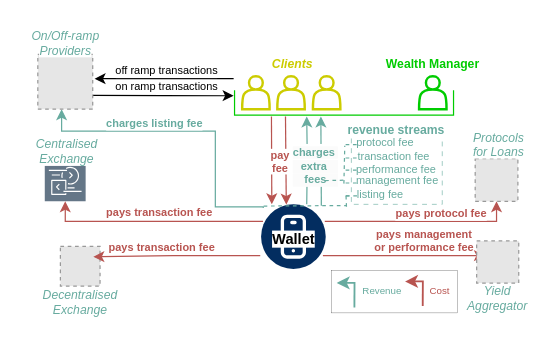
Above: page "revenue" (1 of 13) of drawio-diagrams/wallet_architecture.drawio in dlt-science/crypto-mpc-wallet-bloom (draw.io), before the change. Source tidied: cells renumbered, new cells numbered last; positions are measured from the earlier drawing's top-left corner, leaving out a move shared by most shapes. Both pictures are drawn from the tidied source at 122%, with x=0, y=0 at pixel (21, -7). Pictures stored in the file or linked from it are replaced by grey dashed boxes.
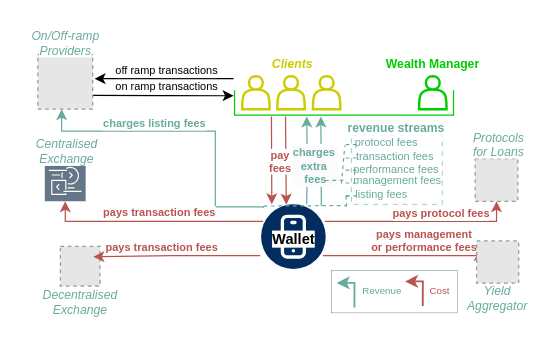
Above is the later version.

Unchanged cells that the change refers to:
```xml
<mxCell id="5" style="edgeStyle=orthogonalEdgeStyle;rounded=0;jettySize=auto;html=1;strokeColor=#67AB9F;startArrow=classic;startFill=1;endArrow=none;endFill=0;entryX=0.034;entryY=0.058;entryDx=0;entryDy=0;entryPerimeter=0;" parent="1" edge="1" source="7" target="28">
  <mxGeometry relative="1" as="geometry">
    <Array as="points">
      <mxPoint x="33" y="113" />
      <mxPoint x="159" y="113" />
      <mxPoint x="159" y="175" />
      <mxPoint x="198" y="175" />
    </Array>
  </mxGeometry>
</mxCell>
<mxCell id="9" style="edgeStyle=orthogonalEdgeStyle;rounded=0;orthogonalLoop=1;jettySize=auto;html=1;startArrow=none;startFill=0;endArrow=classic;endFill=1;strokeColor=#B85450;entryX=0.109;entryY=0;entryDx=0;entryDy=0;entryPerimeter=0;" parent="1" edge="1">
  <mxGeometry relative="1" as="geometry">
    <mxPoint x="205" y="101" as="sourcePoint" />
    <mxPoint x="205.3" y="173" as="targetPoint" />
    <Array as="points">
      <mxPoint x="205" y="101" />
    </Array>
  </mxGeometry>
</mxCell>
<mxCell id="11" style="edgeStyle=orthogonalEdgeStyle;rounded=0;jettySize=auto;html=1;startArrow=classic;startFill=1;endArrow=none;endFill=0;strokeColor=#B85450;entryX=0.956;entryY=1.022;entryDx=0;entryDy=0;entryPerimeter=0;" parent="1" edge="1" target="34">
  <mxGeometry relative="1" as="geometry">
    <mxPoint x="380" y="215" as="sourcePoint" />
    <Array as="points">
      <mxPoint x="380" y="215" />
    </Array>
  </mxGeometry>
</mxCell>
<mxCell id="19" style="edgeStyle=orthogonalEdgeStyle;rounded=0;jettySize=auto;html=1;fillColor=#f8cecc;strokeColor=#b85450;exitX=-0.013;exitY=0.794;exitDx=0;exitDy=0;exitPerimeter=0;" parent="1" edge="1" source="28">
  <mxGeometry relative="1" as="geometry">
    <mxPoint x="59" y="216" as="targetPoint" />
    <Array as="points">
      <mxPoint x="124" y="216" />
      <mxPoint x="124" y="216" />
    </Array>
  </mxGeometry>
</mxCell>
<mxCell id="21" style="edgeStyle=orthogonalEdgeStyle;rounded=0;jettySize=auto;html=1;startArrow=classic;startFill=1;endArrow=none;endFill=0;strokeColor=#B85450;entryX=0.03;entryY=0.262;entryDx=0;entryDy=0;entryPerimeter=0;" parent="1" edge="1" source="8" target="28">
  <mxGeometry relative="1" as="geometry">
    <Array as="points">
      <mxPoint x="35" y="187" />
      <mxPoint x="198" y="187" />
    </Array>
  </mxGeometry>
</mxCell>
```

Change to the diagram source:
```diff
@@
-    <mxCell id="6" value="&lt;font color=&quot;#67ab9f&quot;&gt;&lt;font style=&quot;font-size: 9px;&quot;&gt;&lt;b style=&quot;font-size: 9px;&quot;&gt;charges&amp;nbsp;&lt;/b&gt;&lt;/font&gt;&lt;b style=&quot;&quot;&gt;listing fee&lt;/b&gt;&lt;/font&gt;" style="edgeLabel;html=1;align=center;verticalAlign=middle;fontSize=9;" parent="5" vertex="1">
+    <mxCell id="6" value="&lt;font color=&quot;#67ab9f&quot;&gt;&lt;font style=&quot;font-size: 9px;&quot;&gt;&lt;b style=&quot;font-size: 9px;&quot;&gt;charges&amp;nbsp;&lt;/b&gt;&lt;/font&gt;&lt;b style=&quot;&quot;&gt;listing fees&lt;/b&gt;&lt;/font&gt;" style="edgeLabel;html=1;align=center;verticalAlign=middle;fontSize=9;" parent="5" vertex="1">
       <mxGeometry x="0.15" y="1" relative="1" as="geometry">
         <mxPoint x="-49" y="-6" as="offset" />
       </mxGeometry>
     </mxCell>
@@
-    <mxCell id="10" value="&lt;div style=&quot;font-size: 9px;&quot;&gt;&lt;font color=&quot;#b85450&quot;&gt;&lt;b&gt;pay&lt;/b&gt;&lt;/font&gt;&lt;div&gt;&lt;b style=&quot;color: rgb(184, 84, 80);&quot;&gt;fee&lt;/b&gt;&lt;/div&gt;&lt;/div&gt;" style="edgeLabel;html=1;align=center;verticalAlign=middle;" parent="9" vertex="1">
+    <mxCell id="10" value="&lt;div style=&quot;font-size: 9px;&quot;&gt;&lt;font color=&quot;#b85450&quot;&gt;&lt;b&gt;pay&lt;/b&gt;&lt;/font&gt;&lt;div&gt;&lt;b style=&quot;color: rgb(184, 84, 80);&quot;&gt;fees&lt;/b&gt;&lt;/div&gt;&lt;/div&gt;" style="edgeLabel;html=1;align=center;verticalAlign=middle;" parent="9" vertex="1">
       <mxGeometry y="-1" relative="1" as="geometry">
         <mxPoint x="7" as="offset" />
       </mxGeometry>
     </mxCell>
@@
-    <mxCell id="12" value="&lt;font color=&quot;#b85450&quot; style=&quot;font-size: 9px;&quot;&gt;&lt;b style=&quot;font-size: 9px;&quot;&gt;pays&lt;/b&gt;&lt;/font&gt;&lt;b style=&quot;color: rgb(184, 84, 80); font-size: 9px;&quot;&gt;&amp;nbsp;&lt;/b&gt;&lt;b style=&quot;color: rgb(184, 84, 80);&quot;&gt;management&lt;/b&gt;&lt;div&gt;&lt;b style=&quot;color: rgb(184, 84, 80);&quot;&gt;or performance&lt;/b&gt;&lt;b style=&quot;color: rgb(184, 84, 80);&quot;&gt;&amp;nbsp;fee&lt;/b&gt;&lt;/div&gt;" style="edgeLabel;html=1;align=center;verticalAlign=middle;fontSize=9;" parent="11" vertex="1">
+    <mxCell id="12" value="&lt;font color=&quot;#b85450&quot; style=&quot;font-size: 9px;&quot;&gt;&lt;b style=&quot;font-size: 9px;&quot;&gt;pays&lt;/b&gt;&lt;/font&gt;&lt;b style=&quot;color: rgb(184, 84, 80); font-size: 9px;&quot;&gt;&amp;nbsp;&lt;/b&gt;&lt;b style=&quot;color: rgb(184, 84, 80);&quot;&gt;management&lt;/b&gt;&lt;div&gt;&lt;b style=&quot;color: rgb(184, 84, 80);&quot;&gt;or performance&lt;/b&gt;&lt;b style=&quot;color: rgb(184, 84, 80);&quot;&gt;&amp;nbsp;fees&lt;/b&gt;&lt;/div&gt;" style="edgeLabel;html=1;align=center;verticalAlign=middle;fontSize=9;" parent="11" vertex="1">
       <mxGeometry x="0.25" y="1" relative="1" as="geometry">
         <mxPoint x="32" y="-14" as="offset" />
       </mxGeometry>
     </mxCell>
@@
-    <mxCell id="20" value="&lt;font color=&quot;#b85450&quot; style=&quot;font-size: 9px;&quot;&gt;&lt;b style=&quot;font-size: 9px;&quot;&gt;pays&amp;nbsp;&lt;/b&gt;&lt;/font&gt;&lt;b style=&quot;color: rgb(184, 84, 80);&quot;&gt;transaction fee&lt;/b&gt;" style="edgeLabel;html=1;align=center;verticalAlign=middle;fontSize=9;" parent="19" vertex="1">
+    <mxCell id="20" value="&lt;font color=&quot;#b85450&quot; style=&quot;font-size: 9px;&quot;&gt;&lt;b style=&quot;font-size: 9px;&quot;&gt;pays&amp;nbsp;&lt;/b&gt;&lt;/font&gt;&lt;b style=&quot;color: rgb(184, 84, 80);&quot;&gt;transaction fees&lt;/b&gt;" style="edgeLabel;html=1;align=center;verticalAlign=middle;fontSize=9;" parent="19" vertex="1">
       <mxGeometry x="-0.31" relative="1" as="geometry">
         <mxPoint x="-34" y="-7" as="offset" />
       </mxGeometry>
     </mxCell>
@@
-    <mxCell id="22" value="&lt;font color=&quot;#b85450&quot;&gt;&lt;b&gt;pays&amp;nbsp;&lt;/b&gt;&lt;/font&gt;&lt;b style=&quot;color: rgb(184, 84, 80);&quot;&gt;transaction fee&lt;/b&gt;" style="edgeLabel;html=1;align=center;verticalAlign=middle;fontSize=9;" parent="21" vertex="1">
+    <mxCell id="22" value="&lt;font color=&quot;#b85450&quot;&gt;&lt;b&gt;pays&amp;nbsp;&lt;/b&gt;&lt;/font&gt;&lt;b style=&quot;color: rgb(184, 84, 80);&quot;&gt;transaction fees&lt;/b&gt;" style="edgeLabel;html=1;align=center;verticalAlign=middle;fontSize=9;" parent="21" vertex="1">
       <mxGeometry x="0.29" y="1" relative="1" as="geometry">
         <mxPoint x="-22" y="-6" as="offset" />
       </mxGeometry>
     </mxCell>
@@
-    <mxCell id="26" value="&lt;font color=&quot;#b85450&quot; style=&quot;font-size: 9px;&quot;&gt;&lt;b style=&quot;font-size: 9px;&quot;&gt;pays&amp;nbsp;&lt;/b&gt;&lt;/font&gt;&lt;b style=&quot;color: rgb(184, 84, 80);&quot;&gt;protocol&amp;nbsp;&lt;/b&gt;&lt;b style=&quot;color: rgb(184, 84, 80);&quot;&gt;fee&lt;/b&gt;" style="edgeLabel;html=1;align=center;verticalAlign=middle;fontSize=9;" parent="1" vertex="1">
+    <mxCell id="26" value="&lt;font color=&quot;#b85450&quot; style=&quot;font-size: 9px;&quot;&gt;&lt;b style=&quot;font-size: 9px;&quot;&gt;pays&amp;nbsp;&lt;/b&gt;&lt;/font&gt;&lt;b style=&quot;color: rgb(184, 84, 80);&quot;&gt;protocol&amp;nbsp;&lt;/b&gt;&lt;b style=&quot;color: rgb(184, 84, 80);&quot;&gt;fees&lt;/b&gt;" style="edgeLabel;html=1;align=center;verticalAlign=middle;fontSize=9;" parent="1" vertex="1">
       <mxGeometry x="343.1" y="180" as="geometry" />
     </mxCell>
@@
-    <mxCell id="43" value="&lt;font color=&quot;#67ab9f&quot;&gt;&lt;span style=&quot;font-size: 9px;&quot;&gt;protocol fee&lt;/span&gt;&lt;/font&gt;" style="text;html=1;align=center;verticalAlign=middle;strokeColor=none;fillColor=none;" parent="1" vertex="1">
-      <mxGeometry x="265.8" y="109" width="65" height="26" as="geometry" />
+    <mxCell id="43" value="&lt;font color=&quot;#67ab9f&quot;&gt;&lt;span style=&quot;font-size: 9px;&quot;&gt;protocol fees&lt;/span&gt;&lt;/font&gt;" style="text;html=1;align=center;verticalAlign=middle;strokeColor=none;fillColor=none;" parent="1" vertex="1">
+      <mxGeometry x="263.8" y="109" width="70" height="26" as="geometry" />
     </mxCell>
-    <mxCell id="44" value="&lt;font color=&quot;#67ab9f&quot;&gt;&lt;span style=&quot;font-size: 9px;&quot;&gt;transaction fee&lt;/span&gt;&lt;/font&gt;" style="text;html=1;align=center;verticalAlign=middle;strokeColor=none;fillColor=none;" parent="1" vertex="1">
-      <mxGeometry x="266.8" y="120" width="77" height="26" as="geometry" />
+    <mxCell id="44" value="&lt;font color=&quot;#67ab9f&quot;&gt;&lt;span style=&quot;font-size: 9px;&quot;&gt;transaction fees&lt;/span&gt;&lt;/font&gt;" style="text;html=1;align=center;verticalAlign=middle;strokeColor=none;fillColor=none;" parent="1" vertex="1">
+      <mxGeometry x="264.8" y="120" width="82" height="26" as="geometry" />
     </mxCell>
-    <mxCell id="45" value="&lt;font color=&quot;#67ab9f&quot;&gt;&lt;span style=&quot;font-size: 9px;&quot;&gt;performance fee&lt;/span&gt;&lt;/font&gt;" style="text;html=1;align=center;verticalAlign=middle;strokeColor=none;fillColor=none;" parent="1" vertex="1">
-      <mxGeometry x="264.8" y="130.5" width="84" height="26" as="geometry" />
+    <mxCell id="45" value="&lt;font color=&quot;#67ab9f&quot;&gt;&lt;span style=&quot;font-size: 9px;&quot;&gt;performance fees&lt;/span&gt;&lt;/font&gt;" style="text;html=1;align=center;verticalAlign=middle;strokeColor=none;fillColor=none;" parent="1" vertex="1">
+      <mxGeometry x="262.8" y="130.5" width="88" height="26" as="geometry" />
     </mxCell>
@@
-    <mxCell id="50" value="&lt;font color=&quot;#67ab9f&quot;&gt;&lt;span style=&quot;font-size: 9px;&quot;&gt;listing fee&lt;/span&gt;&lt;/font&gt;" style="text;html=1;align=center;verticalAlign=middle;strokeColor=none;fillColor=none;" parent="1" vertex="1">
-      <mxGeometry x="266.1" y="151" width="56" height="26" as="geometry" />
+    <mxCell id="50" value="&lt;font color=&quot;#67ab9f&quot;&gt;&lt;span style=&quot;font-size: 9px;&quot;&gt;listing fees&lt;/span&gt;&lt;/font&gt;" style="text;html=1;align=center;verticalAlign=middle;strokeColor=none;fillColor=none;" parent="1" vertex="1">
+      <mxGeometry x="264.1" y="151" width="61" height="26" as="geometry" />
     </mxCell>
-    <mxCell id="51" value="&lt;font color=&quot;#67ab9f&quot;&gt;&lt;span style=&quot;font-size: 9px;&quot;&gt;management fee&lt;/span&gt;&lt;/font&gt;" style="text;html=1;align=center;verticalAlign=middle;points=[];strokeColor=none;fillColor=none;" parent="1" vertex="1">
-      <mxGeometry x="264.9" y="140" width="86" height="26" as="geometry" />
+    <mxCell id="51" value="&lt;font color=&quot;#67ab9f&quot;&gt;&lt;span style=&quot;font-size: 9px;&quot;&gt;management fees&lt;/span&gt;&lt;/font&gt;" style="text;html=1;align=center;verticalAlign=middle;points=[];strokeColor=none;fillColor=none;" parent="1" vertex="1">
+      <mxGeometry x="262.9" y="140" width="90" height="26" as="geometry" />
     </mxCell>
     <mxCell id="52" value="&lt;b style=&quot;color: rgb(103, 171, 159); text-wrap-mode: nowrap; background-color: rgb(255, 255, 255);&quot;&gt;&lt;font style=&quot;font-size: 10px;&quot;&gt;revenue streams&lt;/font&gt;&lt;/b&gt;" style="rounded=0;whiteSpace=wrap;html=1;strokeColor=none;" parent="1" vertex="1">
-      <mxGeometry x="259.2" y="108.6" width="97" height="7.4" as="geometry" />
+      <mxGeometry x="259.2" y="106.6" width="97" height="7.4" as="geometry" />
     </mxCell>
```
